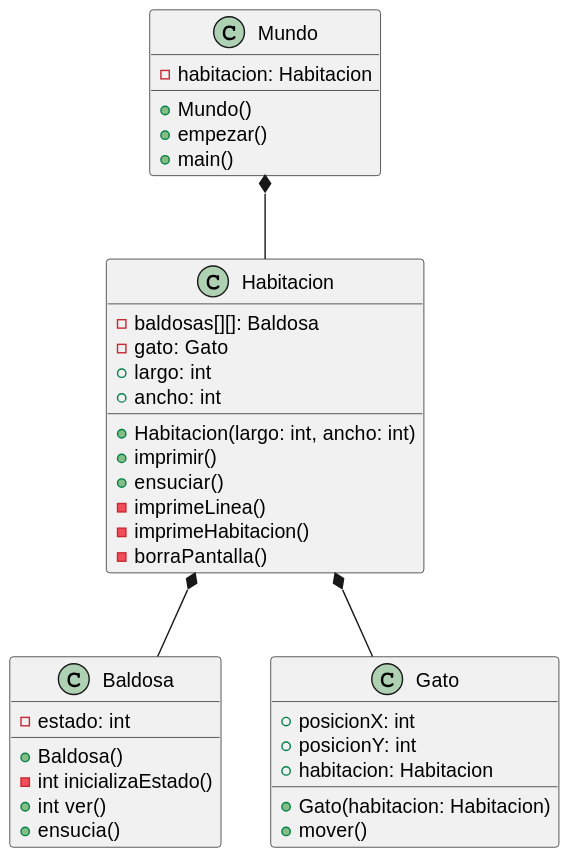
Before: out/modelosUML/diagrama001/diagrama001.svg, a diagram exported from PlantUML (mmasias/theWorld).
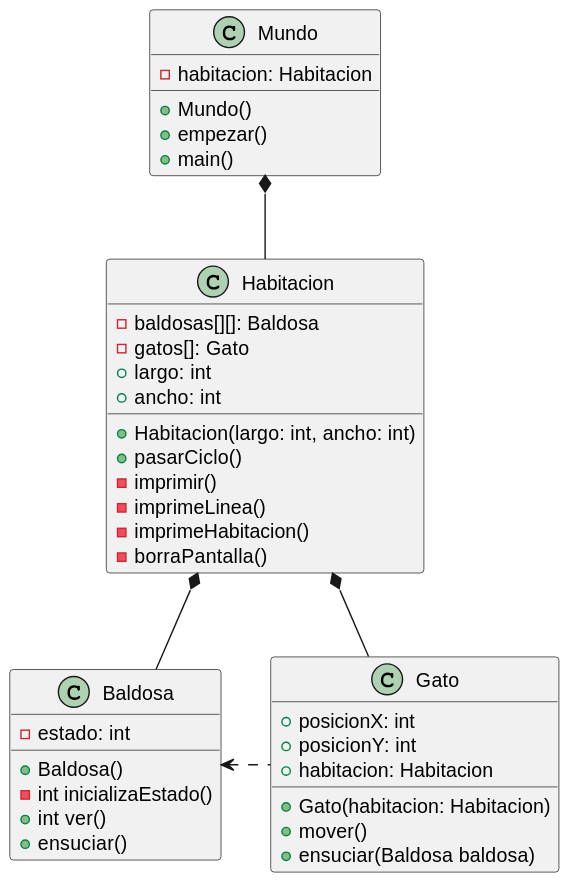
After the commit.

Commit message:
Mas gatos ene habitacion

Change to the diagram source:
```diff
@@ -9,12 +9,12 @@
 
 class Habitacion {
     - baldosas[][]: Baldosa
-    - gato: Gato
+    - gatos[]: Gato
     + largo: int
     + ancho: int
     + Habitacion(largo: int, ancho: int)
-    + imprimir()
-    + ensuciar()
+    + pasarCiclo()
+    - imprimir()
     - imprimeLinea()
     - imprimeHabitacion()
     - borraPantalla()
@@ -25,7 +25,7 @@
     + Baldosa()
     - int inicializaEstado()
     + int ver()
-    + ensucia()
+    + ensuciar()
 }
 
 class Gato{
@@ -34,10 +34,12 @@
     + habitacion: Habitacion
     + Gato(habitacion: Habitacion)
     + mover()
+    + ensuciar(Baldosa baldosa)
 }
 
 Mundo *-D- Habitacion
 Habitacion *-D- Baldosa
 Habitacion *-- Gato
+Gato .l.> Baldosa
 
 @enduml
```
